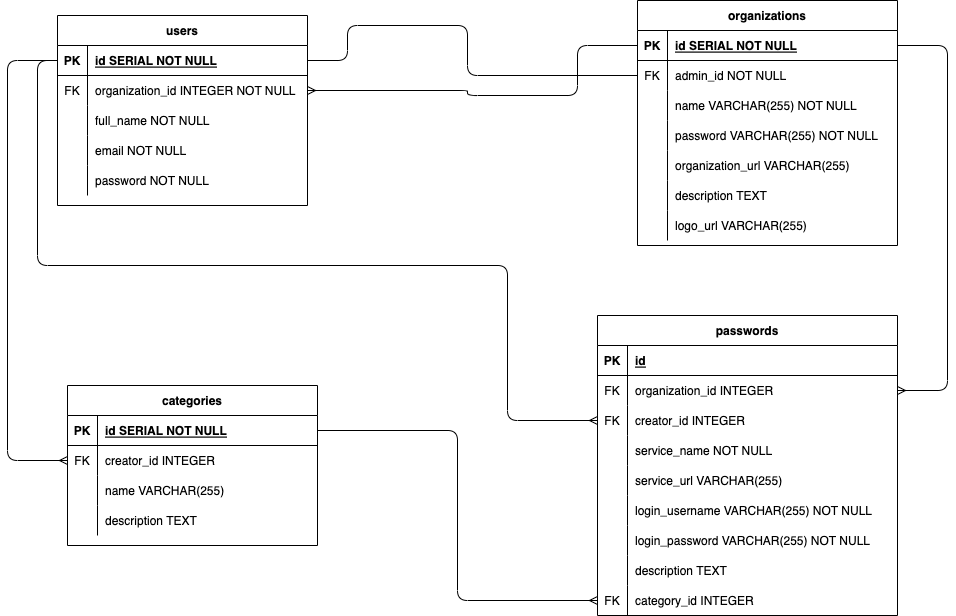
Earlier version of the draw.io export docs/ERD.png (seamusmcgill/passwordkeepr). Source tidied: cells renumbered, new cells last; positions are measured from the earlier drawing's top-left corner, leaving out a move shared by most shapes.
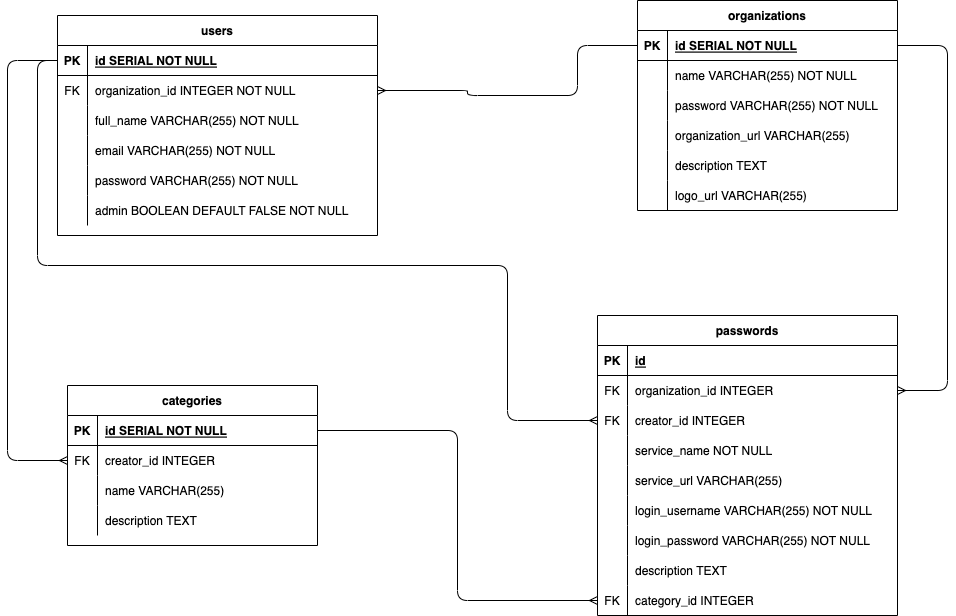
After the commit.

The edit, as a diff of the source:
```diff
@@ -3,7 +3,7 @@
     <mxCell id="0" />
     <mxCell id="1" parent="0" />
     <mxCell id="2" value="organizations" style="shape=table;startSize=30;rowLines=0;fontStyle=1;align=center;" parent="1" vertex="1">
-      <mxGeometry x="630" width="260" height="245" as="geometry" />
+      <mxGeometry x="630" width="260" height="210" as="geometry" />
     </mxCell>
     <mxCell id="3" style="shape=partialRectangle;fillColor=none;points=[[0,0.5],[1,0.5]];portConstraint=eastwest;top=0;left=0;right=0;bottom=1;" parent="2" vertex="1">
       <mxGeometry y="30" width="260" height="30" as="geometry" />
@@ -14,17 +14,8 @@
     <mxCell id="5" value="id SERIAL NOT NULL" style="shape=partialRectangle;overflow=hidden;fillColor=none;top=0;left=0;bottom=0;right=0;align=left;spacingLeft=6;fontStyle=5;" parent="3" vertex="1">
       <mxGeometry x="30" width="230" height="30" as="geometry" />
     </mxCell>
-    <mxCell id="6" style="shape=partialRectangle;fillColor=none;points=[[0,0.5],[1,0.5]];portConstraint=eastwest;top=0;left=0;right=0;bottom=0;" parent="2" vertex="1">
-      <mxGeometry y="60" width="260" height="30" as="geometry" />
-    </mxCell>
-    <mxCell id="7" value="FK" style="shape=partialRectangle;overflow=hidden;fillColor=none;top=0;left=0;bottom=0;right=0;" parent="6" vertex="1">
-      <mxGeometry width="30" height="30" as="geometry" />
-    </mxCell>
-    <mxCell id="8" value="admin_id NOT NULL" style="shape=partialRectangle;overflow=hidden;fillColor=none;top=0;left=0;bottom=0;right=0;align=left;spacingLeft=6;" parent="6" vertex="1">
-      <mxGeometry x="30" width="230" height="30" as="geometry" />
-    </mxCell>
     <mxCell id="9" style="shape=partialRectangle;fillColor=none;top=0;left=0;right=0;bottom=0;" parent="2" vertex="1">
-      <mxGeometry y="90" width="260" height="30" as="geometry" />
+      <mxGeometry y="60" width="260" height="30" as="geometry" />
     </mxCell>
     <mxCell id="10" style="shape=partialRectangle;overflow=hidden;fillColor=none;top=0;left=0;bottom=0;right=0;" parent="9" vertex="1">
       <mxGeometry width="30" height="30" as="geometry" />
@@ -33,7 +24,7 @@
       <mxGeometry x="30" width="230" height="30" as="geometry" />
     </mxCell>
     <mxCell id="12" style="shape=partialRectangle;fillColor=none;top=0;left=0;right=0;bottom=0;" parent="2" vertex="1">
-      <mxGeometry y="120" width="260" height="30" as="geometry" />
+      <mxGeometry y="90" width="260" height="30" as="geometry" />
     </mxCell>
     <mxCell id="13" style="shape=partialRectangle;overflow=hidden;fillColor=none;top=0;left=0;bottom=0;right=0;" parent="12" vertex="1">
       <mxGeometry width="30" height="30" as="geometry" />
@@ -42,7 +33,7 @@
       <mxGeometry x="30" width="230" height="30" as="geometry" />
     </mxCell>
     <mxCell id="15" style="shape=partialRectangle;fillColor=none;top=0;left=0;right=0;bottom=0;" parent="2" vertex="1">
-      <mxGeometry y="150" width="260" height="30" as="geometry" />
+      <mxGeometry y="120" width="260" height="30" as="geometry" />
     </mxCell>
     <mxCell id="16" style="shape=partialRectangle;overflow=hidden;fillColor=none;top=0;left=0;bottom=0;right=0;" parent="15" vertex="1">
       <mxGeometry width="30" height="30" as="geometry" />
@@ -51,7 +42,7 @@
       <mxGeometry x="30" width="230" height="30" as="geometry" />
     </mxCell>
     <mxCell id="18" style="shape=partialRectangle;fillColor=none;top=0;left=0;right=0;bottom=0;" parent="2" vertex="1">
-      <mxGeometry y="180" width="260" height="30" as="geometry" />
+      <mxGeometry y="150" width="260" height="30" as="geometry" />
     </mxCell>
     <mxCell id="19" style="shape=partialRectangle;overflow=hidden;fillColor=none;top=0;left=0;bottom=0;right=0;" parent="18" vertex="1">
       <mxGeometry width="30" height="30" as="geometry" />
@@ -60,7 +51,7 @@
       <mxGeometry x="30" width="230" height="30" as="geometry" />
     </mxCell>
     <mxCell id="21" style="shape=partialRectangle;fillColor=none;top=0;left=0;right=0;bottom=0;" parent="2" vertex="1">
-      <mxGeometry y="210" width="260" height="30" as="geometry" />
+      <mxGeometry y="180" width="260" height="30" as="geometry" />
     </mxCell>
     <mxCell id="22" style="shape=partialRectangle;overflow=hidden;fillColor=none;top=0;left=0;bottom=0;right=0;" parent="21" vertex="1">
       <mxGeometry width="30" height="30" as="geometry" />
@@ -153,53 +144,62 @@
       <mxGeometry x="30" width="270" height="30" as="geometry" />
     </mxCell>
     <mxCell id="52" value="users" style="shape=table;startSize=30;rowLines=0;fontStyle=1;align=center;" parent="1" vertex="1">
-      <mxGeometry x="50" y="15" width="250" height="190" as="geometry" />
+      <mxGeometry x="50" y="15" width="320" height="220" as="geometry" />
     </mxCell>
     <mxCell id="53" style="shape=partialRectangle;fillColor=none;points=[[0,0.5],[1,0.5]];portConstraint=eastwest;top=0;left=0;right=0;bottom=1;" parent="52" vertex="1">
-      <mxGeometry y="30" width="250" height="30" as="geometry" />
+      <mxGeometry y="30" width="320" height="30" as="geometry" />
     </mxCell>
     <mxCell id="54" value="PK" style="shape=partialRectangle;overflow=hidden;fillColor=none;top=0;left=0;bottom=0;right=0;fontStyle=1;" parent="53" vertex="1">
       <mxGeometry width="30" height="30" as="geometry" />
     </mxCell>
     <mxCell id="55" value="id SERIAL NOT NULL" style="shape=partialRectangle;overflow=hidden;fillColor=none;top=0;left=0;bottom=0;right=0;align=left;spacingLeft=6;fontStyle=5;" parent="53" vertex="1">
-      <mxGeometry x="30" width="220" height="30" as="geometry" />
+      <mxGeometry x="30" width="290" height="30" as="geometry" />
     </mxCell>
     <mxCell id="56" style="shape=partialRectangle;fillColor=none;points=[[0,0.5],[1,0.5]];portConstraint=eastwest;top=0;left=0;right=0;bottom=0;" parent="52" vertex="1">
-      <mxGeometry y="60" width="250" height="30" as="geometry" />
+      <mxGeometry y="60" width="320" height="30" as="geometry" />
     </mxCell>
     <mxCell id="57" value="FK" style="shape=partialRectangle;overflow=hidden;fillColor=none;top=0;left=0;bottom=0;right=0;" parent="56" vertex="1">
       <mxGeometry width="30" height="30" as="geometry" />
     </mxCell>
     <mxCell id="58" value="organization_id INTEGER NOT NULL" style="shape=partialRectangle;overflow=hidden;fillColor=none;top=0;left=0;bottom=0;right=0;align=left;spacingLeft=6;" parent="56" vertex="1">
-      <mxGeometry x="30" width="220" height="30" as="geometry" />
+      <mxGeometry x="30" width="290" height="30" as="geometry" />
     </mxCell>
     <mxCell id="59" style="shape=partialRectangle;fillColor=none;top=0;left=0;right=0;bottom=0;" parent="52" vertex="1">
-      <mxGeometry y="90" width="250" height="30" as="geometry" />
+      <mxGeometry y="90" width="320" height="30" as="geometry" />
     </mxCell>
     <mxCell id="60" style="shape=partialRectangle;overflow=hidden;fillColor=none;top=0;left=0;bottom=0;right=0;" parent="59" vertex="1">
       <mxGeometry width="30" height="30" as="geometry" />
     </mxCell>
-    <mxCell id="61" value="full_name NOT NULL" style="shape=partialRectangle;overflow=hidden;fillColor=none;top=0;left=0;bottom=0;right=0;align=left;spacingLeft=6;" parent="59" vertex="1">
-      <mxGeometry x="30" width="220" height="30" as="geometry" />
+    <mxCell id="61" value="full_name VARCHAR(255) NOT NULL" style="shape=partialRectangle;overflow=hidden;fillColor=none;top=0;left=0;bottom=0;right=0;align=left;spacingLeft=6;" parent="59" vertex="1">
+      <mxGeometry x="30" width="290" height="30" as="geometry" />
     </mxCell>
     <mxCell id="62" style="shape=partialRectangle;fillColor=none;top=0;left=0;right=0;bottom=0;" parent="52" vertex="1">
-      <mxGeometry y="120" width="250" height="30" as="geometry" />
+      <mxGeometry y="120" width="320" height="30" as="geometry" />
     </mxCell>
     <mxCell id="63" style="shape=partialRectangle;overflow=hidden;fillColor=none;top=0;left=0;bottom=0;right=0;" parent="62" vertex="1">
       <mxGeometry width="30" height="30" as="geometry" />
     </mxCell>
-    <mxCell id="64" value="email NOT NULL" style="shape=partialRectangle;overflow=hidden;fillColor=none;top=0;left=0;bottom=0;right=0;align=left;spacingLeft=6;" parent="62" vertex="1">
-      <mxGeometry x="30" width="220" height="30" as="geometry" />
+    <mxCell id="64" value="email VARCHAR(255) NOT NULL" style="shape=partialRectangle;overflow=hidden;fillColor=none;top=0;left=0;bottom=0;right=0;align=left;spacingLeft=6;" parent="62" vertex="1">
+      <mxGeometry x="30" width="290" height="30" as="geometry" />
     </mxCell>
     <mxCell id="65" style="shape=partialRectangle;fillColor=none;top=0;left=0;right=0;bottom=0;" parent="52" vertex="1">
-      <mxGeometry y="150" width="250" height="30" as="geometry" />
+      <mxGeometry y="150" width="320" height="30" as="geometry" />
     </mxCell>
     <mxCell id="66" style="shape=partialRectangle;overflow=hidden;fillColor=none;top=0;left=0;bottom=0;right=0;" parent="65" vertex="1">
       <mxGeometry width="30" height="30" as="geometry" />
     </mxCell>
-    <mxCell id="67" value="password NOT NULL" style="shape=partialRectangle;overflow=hidden;fillColor=none;top=0;left=0;bottom=0;right=0;align=left;spacingLeft=6;" parent="65" vertex="1">
-      <mxGeometry x="30" width="220" height="30" as="geometry" />
+    <mxCell id="67" value="password VARCHAR(255) NOT NULL" style="shape=partialRectangle;overflow=hidden;fillColor=none;top=0;left=0;bottom=0;right=0;align=left;spacingLeft=6;" parent="65" vertex="1">
+      <mxGeometry x="30" width="290" height="30" as="geometry" />
     </mxCell>
+    <mxCell id="87" style="shape=partialRectangle;fillColor=none;top=0;left=0;right=0;bottom=0;" parent="52" vertex="1">
+      <mxGeometry y="180" width="320" height="30" as="geometry" />
+    </mxCell>
+    <mxCell id="88" style="shape=partialRectangle;overflow=hidden;fillColor=none;top=0;left=0;bottom=0;right=0;" parent="87" vertex="1">
+      <mxGeometry width="30" height="30" as="geometry" />
+    </mxCell>
+    <mxCell id="89" value="admin BOOLEAN DEFAULT FALSE NOT NULL" style="shape=partialRectangle;overflow=hidden;fillColor=none;top=0;left=0;bottom=0;right=0;align=left;spacingLeft=6;" parent="87" vertex="1">
+      <mxGeometry x="30" width="290" height="30" as="geometry" />
+    </mxCell>
     <mxCell id="68" value="categories" style="shape=table;startSize=30;rowLines=0;fontStyle=1;align=center;" parent="1" vertex="1">
       <mxGeometry x="60" y="385" width="250" height="160" as="geometry" />
     </mxCell>
@@ -249,16 +249,6 @@
         </Array>
       </mxGeometry>
     </mxCell>
-    <mxCell id="82" style="edgeStyle=orthogonalEdgeStyle;rounded=1;jettySize=auto;html=1;exitX=1;exitY=0.5;exitDx=0;exitDy=0;startArrow=none;startFill=0;endArrow=none;endFill=0;" parent="1" edge="1" source="53" target="6">
-      <mxGeometry relative="1" as="geometry">
-        <Array as="points">
-          <mxPoint x="340" y="60" />
-          <mxPoint x="340" y="25" />
-          <mxPoint x="460" y="25" />
-          <mxPoint x="460" y="75" />
-        </Array>
-      </mxGeometry>
-    </mxCell>
     <mxCell id="83" style="edgeStyle=orthogonalEdgeStyle;rounded=1;jettySize=auto;html=1;exitX=0;exitY=0.5;exitDx=0;exitDy=0;startArrow=none;startFill=0;endArrow=ERmany;endFill=0;" parent="1" edge="1" source="53" target="31">
       <mxGeometry relative="1" as="geometry">
         <Array as="points">
```
